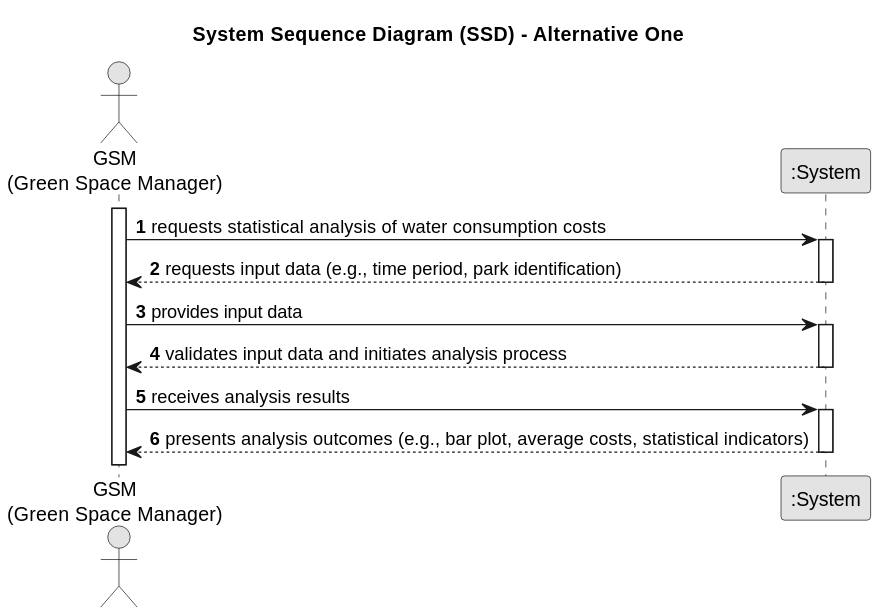
Above: docs/sprintB/us009/01.requirements-engineering/svg/us009-system-sequence-diagram-alternative-one.svg in ricardomm7/leaflink (PlantUML), before the change.
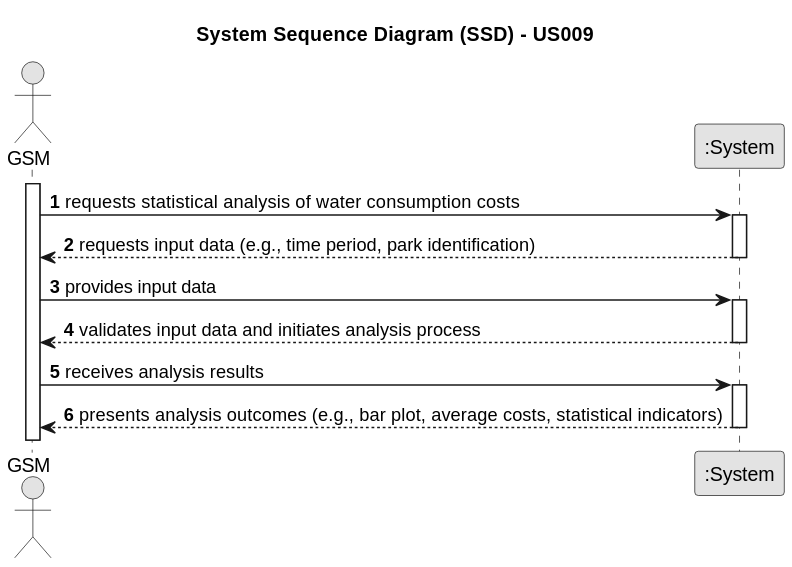
Above is the later version.

Change to the diagram source:
```diff
@@ -3,11 +3,11 @@
 skinparam packageStyle rectangle
 skinparam shadowing false
 
-title System Sequence Diagram (SSD) - Alternative One
+title System Sequence Diagram (SSD) - US009
 
 autonumber
 
-actor "GSM\n(Green Space Manager)" as GSM
+actor "GSM" as GSM
 participant ":System" as System
 
 activate GSM
```
